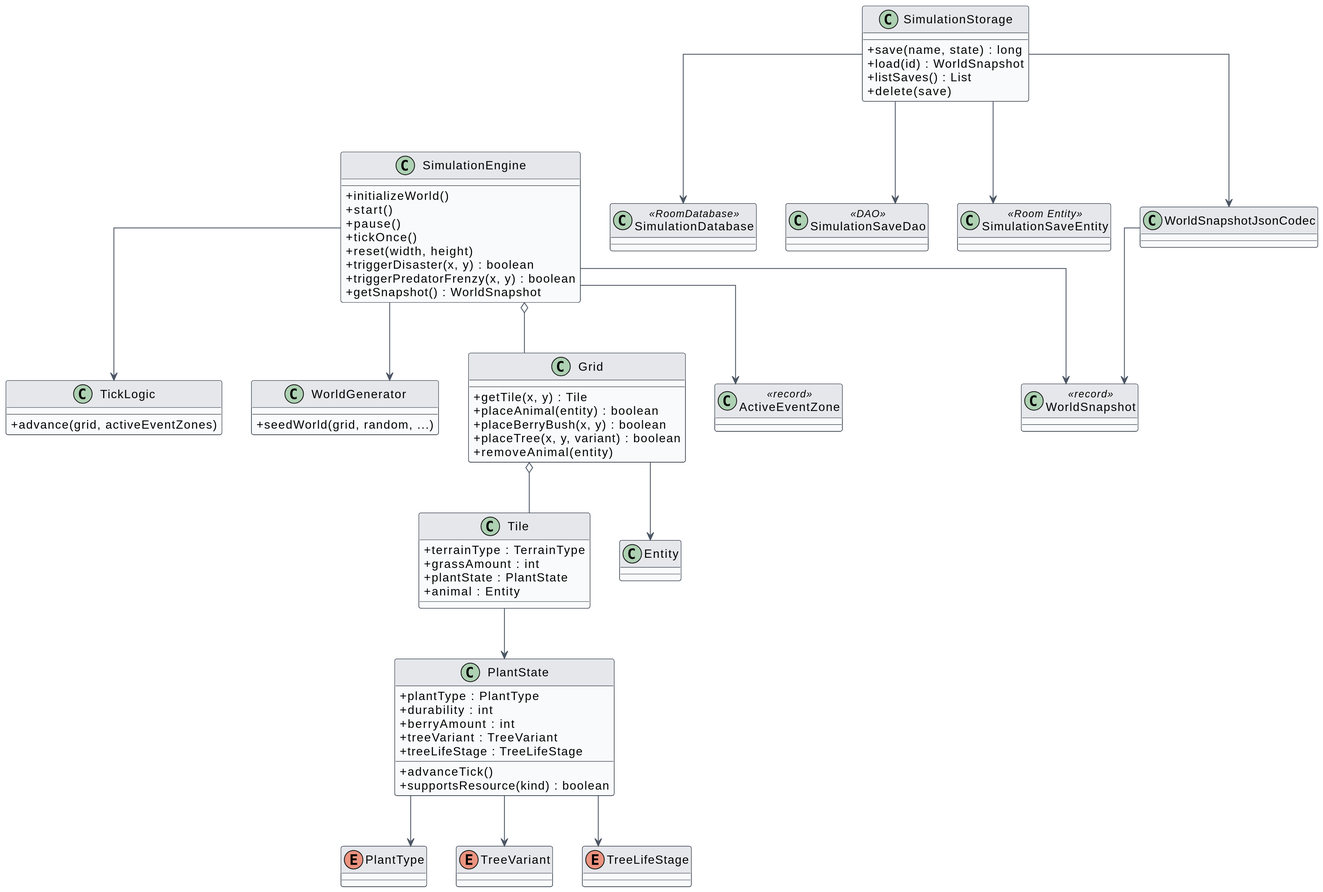
Earlier version of the PlantUML export book/src/assets/uml/simulation-core.svg (oliynykmax/Tleilax).
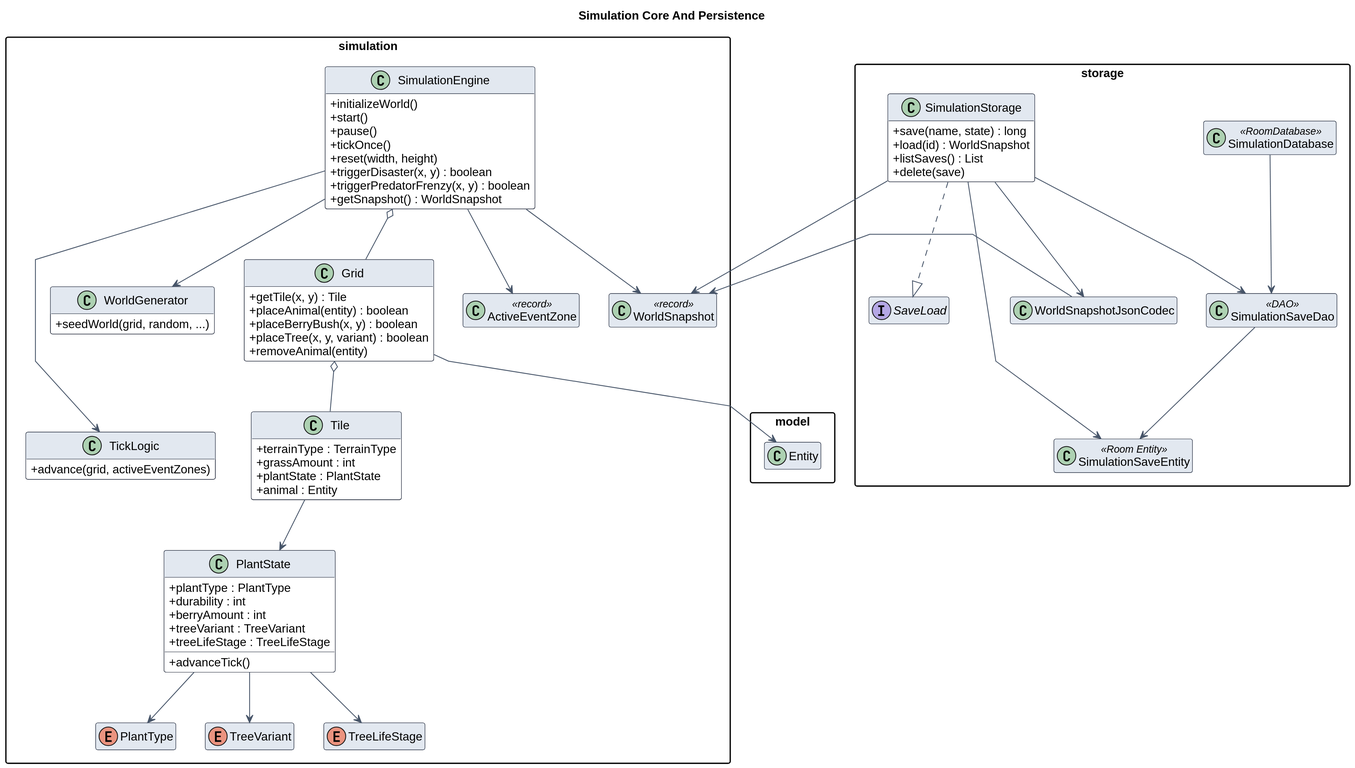
After the commit.

Change to the diagram source:
```diff
@@ -1,77 +1,88 @@
 @startuml
+title Simulation Core And Persistence
 skinparam backgroundColor transparent
 skinparam shadowing false
 skinparam dpi 180
 skinparam defaultFontName Helvetica
-skinparam classFontName Helvetica
-skinparam ArrowColor #4B5563
-skinparam ClassBorderColor #1F2937
-skinparam ClassBackgroundColor #F9FAFB
-skinparam ClassHeaderBackgroundColor #E5E7EB
+skinparam ArrowColor #475569
+skinparam ClassBorderColor #0F172A
+skinparam ClassBackgroundColor #FFFFFF
+skinparam ClassHeaderBackgroundColor #E2E8F0
 skinparam ClassAttributeIconSize 0
-skinparam linetype ortho
+skinparam packageStyle rectangle
+skinparam linetype polyline
 top to bottom direction
+hide empty methods
+hide empty fields
 
-class SimulationEngine {
-  +initializeWorld()
-  +start()
-  +pause()
-  +tickOnce()
-  +reset(width, height)
-  +triggerDisaster(x, y) : boolean
-  +triggerPredatorFrenzy(x, y) : boolean
-  +getSnapshot() : WorldSnapshot
+package "simulation" {
+  class SimulationEngine {
+    +initializeWorld()
+    +start()
+    +pause()
+    +tickOnce()
+    +reset(width, height)
+    +triggerDisaster(x, y) : boolean
+    +triggerPredatorFrenzy(x, y) : boolean
+    +getSnapshot() : WorldSnapshot
+  }
+
+  class TickLogic {
+    +advance(grid, activeEventZones)
+  }
+
+  class WorldGenerator {
+    +seedWorld(grid, random, ...)
+  }
+
+  class Grid {
+    +getTile(x, y) : Tile
+    +placeAnimal(entity) : boolean
+    +placeBerryBush(x, y) : boolean
+    +placeTree(x, y, variant) : boolean
+    +removeAnimal(entity)
+  }
+
+  class Tile {
+    +terrainType : TerrainType
+    +grassAmount : int
+    +plantState : PlantState
+    +animal : Entity
+  }
+
+  class PlantState {
+    +plantType : PlantType
+    +durability : int
+    +berryAmount : int
+    +treeVariant : TreeVariant
+    +treeLifeStage : TreeLifeStage
+    +advanceTick()
+  }
+
+  class WorldSnapshot <<record>>
+  class ActiveEventZone <<record>>
+  enum PlantType
+  enum TreeVariant
+  enum TreeLifeStage
 }
 
-class TickLogic {
-  +advance(grid, activeEventZones)
+package "storage" {
+  interface SaveLoad
+  class SimulationStorage {
+    +save(name, state) : long
+    +load(id) : WorldSnapshot
+    +listSaves() : List
+    +delete(save)
+  }
+  class SimulationDatabase <<RoomDatabase>>
+  class SimulationSaveDao <<DAO>>
+  class SimulationSaveEntity <<Room Entity>>
+  class WorldSnapshotJsonCodec
 }
 
-class WorldGenerator {
-  +seedWorld(grid, random, ...)
+package "model" {
+  class Entity
 }
-
-class Grid {
-  +getTile(x, y) : Tile
-  +placeAnimal(entity) : boolean
-  +placeBerryBush(x, y) : boolean
-  +placeTree(x, y, variant) : boolean
-  +removeAnimal(entity)
-}
-
-class Tile {
-  +terrainType : TerrainType
-  +grassAmount : int
-  +plantState : PlantState
-  +animal : Entity
-}
-
-class PlantState {
-  +plantType : PlantType
-  +durability : int
-  +berryAmount : int
-  +treeVariant : TreeVariant
-  +treeLifeStage : TreeLifeStage
-  +advanceTick()
-  +supportsResource(kind) : boolean
-}
-
-class WorldSnapshot <<record>>
-class ActiveEventZone <<record>>
-class SimulationStorage {
-  +save(name, state) : long
-  +load(id) : WorldSnapshot
-  +listSaves() : List
-  +delete(save)
-}
-class SimulationDatabase <<RoomDatabase>>
-class SimulationSaveDao <<DAO>>
-class SimulationSaveEntity <<Room Entity>>
-class WorldSnapshotJsonCodec
-class Entity
-enum PlantType
-enum TreeVariant
-enum TreeLifeStage
 
 SimulationEngine o-- Grid
 SimulationEngine --> TickLogic
@@ -84,9 +95,16 @@
 PlantState --> PlantType
 PlantState --> TreeVariant
 PlantState --> TreeLifeStage
-SimulationStorage --> SimulationDatabase
+
+SimulationStorage ..|> SaveLoad
 SimulationStorage --> SimulationSaveDao
+SimulationStorage --> WorldSnapshotJsonCodec
 SimulationStorage --> SimulationSaveEntity
-SimulationStorage --> WorldSnapshotJsonCodec
+SimulationStorage --> WorldSnapshot
+SimulationDatabase --> SimulationSaveDao
+SimulationSaveDao --> SimulationSaveEntity
 WorldSnapshotJsonCodec --> WorldSnapshot
+SimulationEngine -[hidden]down-> SimulationStorage
+TickLogic -[hidden]right-> PlantState
+Grid -[hidden]right-> SimulationSaveDao
 @enduml
```
